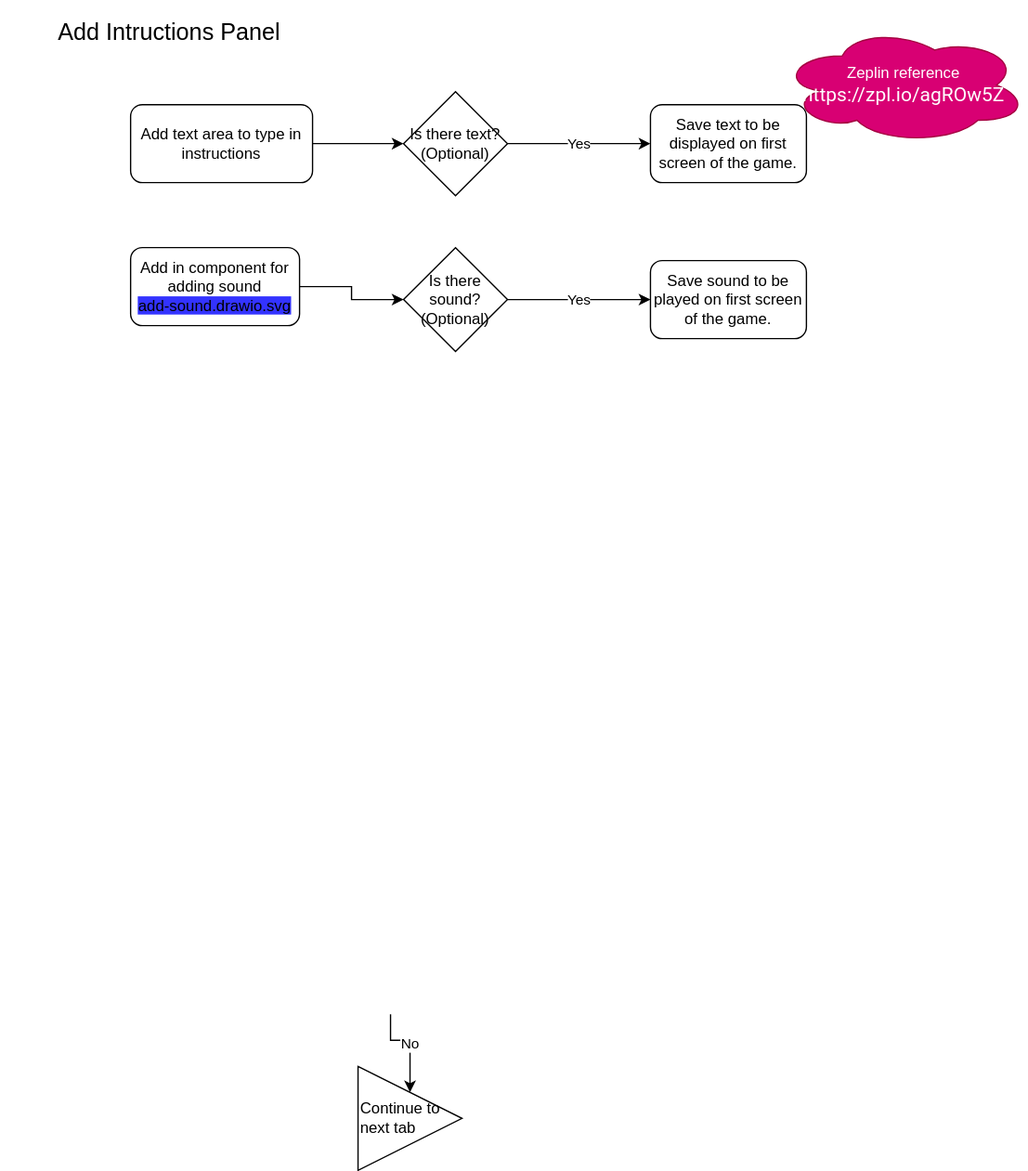
Earlier version of the draw.io export modules/components/add-instructions.drawio.svg (ji-devs/ji-cloud-flowcharts). Source tidied: cells renumbered, new cells last; positions are measured from the earlier drawing's top-left corner, leaving out a move shared by most shapes.
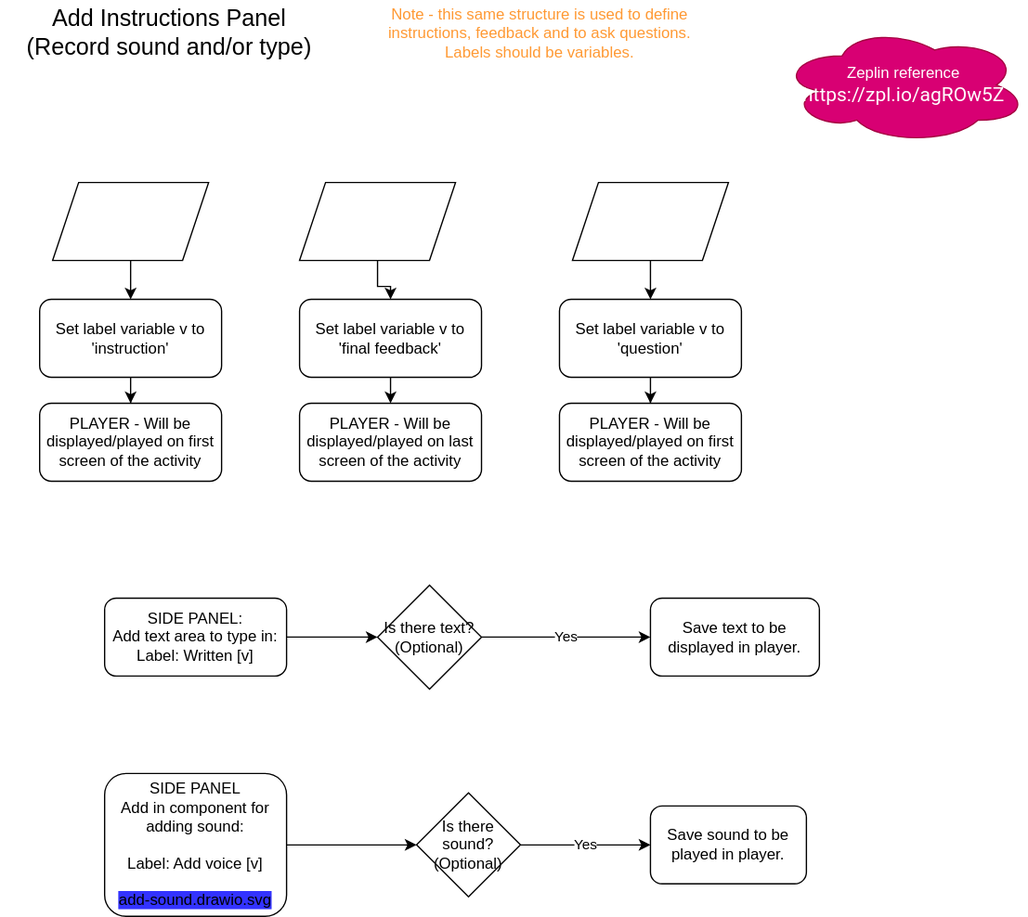
After the commit.

Change to the diagram source:
```diff
@@ -2,49 +2,89 @@
   <root>
     <mxCell id="0" />
     <mxCell id="1" parent="0" />
-    <mxCell id="2" value="&lt;font style=&quot;font-size: 18px&quot;&gt;Add Intructions Panel&lt;/font&gt;" style="text;html=1;strokeColor=none;fillColor=none;align=center;verticalAlign=middle;whiteSpace=wrap;rounded=0;" parent="1" vertex="1">
+    <mxCell id="2" value="&lt;font style=&quot;font-size: 18px&quot;&gt;Add Instructions Panel&lt;br&gt;(Record sound and/or type)&lt;br&gt;&lt;/font&gt;" style="text;html=1;strokeColor=none;fillColor=none;align=center;verticalAlign=middle;whiteSpace=wrap;rounded=0;" parent="1" vertex="1">
       <mxGeometry width="260" height="50" as="geometry" />
     </mxCell>
-    <mxCell id="3" value="No" style="edgeStyle=orthogonalEdgeStyle;rounded=0;jettySize=auto;html=1;" parent="1" edge="1" target="4">
-      <mxGeometry relative="1" as="geometry">
-        <mxPoint x="300" y="780" as="sourcePoint" />
-      </mxGeometry>
-    </mxCell>
-    <mxCell id="4" value="Continue to next tab&amp;nbsp;" style="triangle;whiteSpace=wrap;html=1;align=left;" parent="1" vertex="1">
-      <mxGeometry x="275" y="820" width="80" height="80" as="geometry" />
-    </mxCell>
     <mxCell id="5" value="Zeplin reference&lt;br&gt;&lt;div&gt;&lt;span style=&quot;font-size: 15px&quot;&gt;&lt;font face=&quot;Roboto, Helvetica, sans-serif&quot;&gt;https://zpl.io/agROw5Z&lt;/font&gt;&lt;/span&gt;&lt;/div&gt;" style="ellipse;shape=cloud;whiteSpace=wrap;html=1;fillColor=#d80073;strokeColor=#A50040;fontColor=#ffffff;" parent="1" vertex="1">
       <mxGeometry x="600" y="20" width="190" height="90" as="geometry" />
     </mxCell>
     <mxCell id="6" style="edgeStyle=orthogonalEdgeStyle;rounded=0;jettySize=auto;html=1;entryX=0;entryY=0.5;entryDx=0;entryDy=0;" parent="1" edge="1" source="7" target="11">
       <mxGeometry relative="1" as="geometry" />
     </mxCell>
-    <mxCell id="7" value="Add text area to type in instructions" style="rounded=1;whiteSpace=wrap;html=1;" parent="1" vertex="1">
-      <mxGeometry x="100" y="80" width="140" height="60" as="geometry" />
+    <mxCell id="7" value="SIDE PANEL:&lt;br&gt;Add text area to type in:&lt;br&gt;Label: Written [v]" style="rounded=1;whiteSpace=wrap;html=1;" parent="1" vertex="1">
+      <mxGeometry x="80" y="460" width="140" height="60" as="geometry" />
     </mxCell>
     <mxCell id="8" style="edgeStyle=orthogonalEdgeStyle;rounded=0;jettySize=auto;html=1;entryX=0;entryY=0.5;entryDx=0;entryDy=0;" parent="1" edge="1" source="9" target="14">
       <mxGeometry relative="1" as="geometry" />
     </mxCell>
-    <mxCell id="9" value="Add in component for adding sound&lt;br&gt;&lt;span style=&quot;background-color: rgb(51 , 51 , 255)&quot;&gt;add-sound.drawio.svg&lt;/span&gt;" style="rounded=1;whiteSpace=wrap;html=1;" parent="1" vertex="1">
-      <mxGeometry x="100" y="190" width="130" height="60" as="geometry" />
+    <mxCell id="9" value="SIDE PANEL&lt;br&gt;Add in component for adding sound: &lt;br&gt;&lt;br&gt;Label: Add voice [v]&lt;br&gt;&lt;br&gt;&lt;span style=&quot;background-color: rgb(51 , 51 , 255)&quot;&gt;add-sound.drawio.svg&lt;/span&gt;" style="rounded=1;whiteSpace=wrap;html=1;" parent="1" vertex="1">
+      <mxGeometry x="80" y="595" width="140" height="110" as="geometry" />
     </mxCell>
     <mxCell id="10" value="Yes" style="edgeStyle=orthogonalEdgeStyle;rounded=0;jettySize=auto;html=1;exitX=1;exitY=0.5;exitDx=0;exitDy=0;entryX=0;entryY=0.5;entryDx=0;entryDy=0;" parent="1" edge="1" source="11" target="12">
       <mxGeometry relative="1" as="geometry" />
     </mxCell>
     <mxCell id="11" value="Is there text?&lt;br&gt;(Optional)" style="rhombus;whiteSpace=wrap;html=1;" parent="1" vertex="1">
-      <mxGeometry x="310" y="70" width="80" height="80" as="geometry" />
+      <mxGeometry x="290" y="450" width="80" height="80" as="geometry" />
     </mxCell>
-    <mxCell id="12" value="Save text to be displayed on first screen of the game." style="rounded=1;whiteSpace=wrap;html=1;" parent="1" vertex="1">
-      <mxGeometry x="500" y="80" width="120" height="60" as="geometry" />
+    <mxCell id="12" value="Save text to be displayed in player." style="rounded=1;whiteSpace=wrap;html=1;" parent="1" vertex="1">
+      <mxGeometry x="500" y="460" width="130" height="60" as="geometry" />
     </mxCell>
     <mxCell id="13" value="Yes" style="edgeStyle=orthogonalEdgeStyle;rounded=0;jettySize=auto;html=1;" parent="1" edge="1" source="14" target="15">
       <mxGeometry relative="1" as="geometry" />
     </mxCell>
     <mxCell id="14" value="Is there sound? (Optional)" style="rhombus;whiteSpace=wrap;html=1;" parent="1" vertex="1">
-      <mxGeometry x="310" y="190" width="80" height="80" as="geometry" />
+      <mxGeometry x="320" y="610" width="80" height="80" as="geometry" />
     </mxCell>
-    <mxCell id="15" value="Save sound to be played on first screen of the game." style="rounded=1;whiteSpace=wrap;html=1;" parent="1" vertex="1">
-      <mxGeometry x="500" y="200" width="120" height="60" as="geometry" />
+    <mxCell id="15" value="Save sound to be played in player." style="rounded=1;whiteSpace=wrap;html=1;" parent="1" vertex="1">
+      <mxGeometry x="500" y="620" width="120" height="60" as="geometry" />
     </mxCell>
+    <mxCell id="16" value="Note - this same structure is used to define instructions, feedback and to ask questions. Labels should be variables." style="text;html=1;strokeColor=none;fillColor=none;align=center;verticalAlign=middle;whiteSpace=wrap;rounded=0;fontColor=#FF9933;" parent="1" vertex="1">
+      <mxGeometry x="290" width="250" height="50" as="geometry" />
+    </mxCell>
+    <mxCell id="17" style="edgeStyle=orthogonalEdgeStyle;rounded=0;jettySize=auto;html=1;entryX=0.5;entryY=0;entryDx=0;entryDy=0;fontColor=#FFFFFF;" parent="1" edge="1" source="18" target="24">
+      <mxGeometry relative="1" as="geometry" />
+    </mxCell>
+    <mxCell id="18" value="To be used as Instructions" style="shape=parallelogram;perimeter=parallelogramPerimeter;whiteSpace=wrap;html=1;fixedSize=1;fontColor=#FFFFFF;" parent="1" vertex="1">
+      <mxGeometry x="40" y="140" width="120" height="60" as="geometry" />
+    </mxCell>
+    <mxCell id="19" style="edgeStyle=orthogonalEdgeStyle;rounded=0;jettySize=auto;html=1;fontColor=#FFFFFF;" parent="1" edge="1" source="20" target="26">
+      <mxGeometry relative="1" as="geometry" />
+    </mxCell>
+    <mxCell id="20" value="To be used as &lt;br&gt;Final feedback" style="shape=parallelogram;perimeter=parallelogramPerimeter;whiteSpace=wrap;html=1;fixedSize=1;fontColor=#FFFFFF;" parent="1" vertex="1">
+      <mxGeometry x="230" y="140" width="120" height="60" as="geometry" />
+    </mxCell>
+    <mxCell id="21" style="edgeStyle=orthogonalEdgeStyle;rounded=0;jettySize=auto;html=1;entryX=0.5;entryY=0;entryDx=0;entryDy=0;fontColor=#FFFFFF;" parent="1" edge="1" source="22" target="28">
+      <mxGeometry relative="1" as="geometry" />
+    </mxCell>
+    <mxCell id="22" value="To be used as a Question" style="shape=parallelogram;perimeter=parallelogramPerimeter;whiteSpace=wrap;html=1;fixedSize=1;fontColor=#FFFFFF;" parent="1" vertex="1">
+      <mxGeometry x="440" y="140" width="120" height="60" as="geometry" />
+    </mxCell>
+    <mxCell id="23" style="edgeStyle=orthogonalEdgeStyle;rounded=0;jettySize=auto;html=1;fontColor=#FFFFFF;" parent="1" edge="1" source="24" target="29">
+      <mxGeometry relative="1" as="geometry" />
+    </mxCell>
+    <mxCell id="24" value="Set label variable v to 'instruction'" style="rounded=1;whiteSpace=wrap;html=1;" parent="1" vertex="1">
+      <mxGeometry x="30" y="230" width="140" height="60" as="geometry" />
+    </mxCell>
+    <mxCell id="25" style="edgeStyle=orthogonalEdgeStyle;rounded=0;jettySize=auto;html=1;exitX=0.5;exitY=1;exitDx=0;exitDy=0;entryX=0.5;entryY=0;entryDx=0;entryDy=0;fontColor=#FFFFFF;" parent="1" edge="1" source="26" target="31">
+      <mxGeometry relative="1" as="geometry" />
+    </mxCell>
+    <mxCell id="26" value="Set label variable v to 'final feedback'" style="rounded=1;whiteSpace=wrap;html=1;" parent="1" vertex="1">
+      <mxGeometry x="230" y="230" width="140" height="60" as="geometry" />
+    </mxCell>
+    <mxCell id="27" style="edgeStyle=orthogonalEdgeStyle;rounded=0;jettySize=auto;html=1;fontColor=#FFFFFF;" parent="1" edge="1" source="28" target="30">
+      <mxGeometry relative="1" as="geometry" />
+    </mxCell>
+    <mxCell id="28" value="Set label variable v to 'question'" style="rounded=1;whiteSpace=wrap;html=1;" parent="1" vertex="1">
+      <mxGeometry x="430" y="230" width="140" height="60" as="geometry" />
+    </mxCell>
+    <mxCell id="29" value="PLAYER - Will be displayed/played on first screen of the activity" style="rounded=1;whiteSpace=wrap;html=1;" parent="1" vertex="1">
+      <mxGeometry x="30" y="310" width="140" height="60" as="geometry" />
+    </mxCell>
+    <mxCell id="30" value="PLAYER - Will be displayed/played on first screen of the activity" style="rounded=1;whiteSpace=wrap;html=1;" parent="1" vertex="1">
+      <mxGeometry x="430" y="310" width="140" height="60" as="geometry" />
+    </mxCell>
+    <mxCell id="31" value="PLAYER - Will be displayed/played on last screen of the activity" style="rounded=1;whiteSpace=wrap;html=1;" parent="1" vertex="1">
+      <mxGeometry x="230" y="310" width="140" height="60" as="geometry" />
+    </mxCell>
   </root>
 </mxGraphModel>
```
